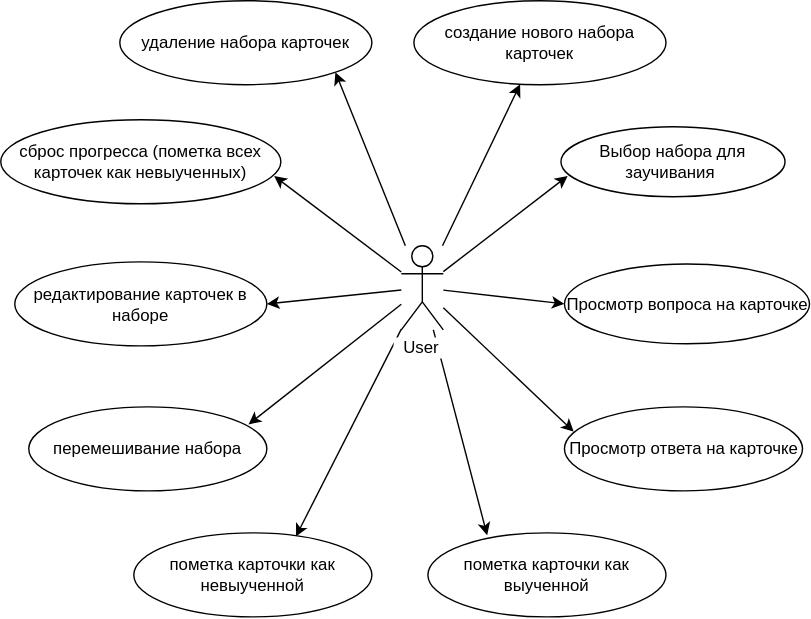
This is img/use.svg from swiftizer/Cards, a draw.io export, as it was before one commit. Source tidied: cells renumbered, new cells last; positions are measured from the earlier drawing's top-left corner, leaving out a move shared by most shapes. The source it was exported from:
```xml
<mxGraphModel>
  <root>
    <mxCell id="0" />
    <mxCell id="1" parent="0" />
    <mxCell id="2" style="rounded=0;jettySize=auto;html=1;" parent="1" edge="1" source="12" target="14">
      <mxGeometry relative="1" as="geometry" />
    </mxCell>
    <mxCell id="3" style="edgeStyle=none;rounded=0;jettySize=auto;html=1;entryX=0.03;entryY=0.703;entryDx=0;entryDy=0;entryPerimeter=0;" parent="1" edge="1" source="12" target="15">
      <mxGeometry relative="1" as="geometry" />
    </mxCell>
    <mxCell id="4" style="edgeStyle=none;rounded=0;jettySize=auto;html=1;entryX=0;entryY=0.5;entryDx=0;entryDy=0;" parent="1" edge="1" source="12" target="16">
      <mxGeometry relative="1" as="geometry" />
    </mxCell>
    <mxCell id="5" style="edgeStyle=none;rounded=0;jettySize=auto;html=1;entryX=0.039;entryY=0.296;entryDx=0;entryDy=0;entryPerimeter=0;" parent="1" edge="1" source="12" target="17">
      <mxGeometry relative="1" as="geometry" />
    </mxCell>
    <mxCell id="6" style="edgeStyle=none;rounded=0;jettySize=auto;html=1;entryX=0.249;entryY=0.028;entryDx=0;entryDy=0;entryPerimeter=0;" parent="1" edge="1" source="12" target="18">
      <mxGeometry relative="1" as="geometry" />
    </mxCell>
    <mxCell id="7" style="edgeStyle=none;rounded=0;jettySize=auto;html=1;entryX=0.681;entryY=0.043;entryDx=0;entryDy=0;entryPerimeter=0;" parent="1" edge="1" source="12" target="19">
      <mxGeometry relative="1" as="geometry" />
    </mxCell>
    <mxCell id="8" style="edgeStyle=none;rounded=0;jettySize=auto;html=1;entryX=0.923;entryY=0.209;entryDx=0;entryDy=0;entryPerimeter=0;" parent="1" edge="1" source="12" target="22">
      <mxGeometry relative="1" as="geometry" />
    </mxCell>
    <mxCell id="9" style="edgeStyle=none;rounded=0;jettySize=auto;html=1;entryX=1;entryY=0.5;entryDx=0;entryDy=0;" parent="1" edge="1" source="12" target="21">
      <mxGeometry relative="1" as="geometry" />
    </mxCell>
    <mxCell id="10" style="edgeStyle=none;rounded=0;jettySize=auto;html=1;entryX=0.976;entryY=0.67;entryDx=0;entryDy=0;entryPerimeter=0;" parent="1" edge="1" source="12" target="20">
      <mxGeometry relative="1" as="geometry" />
    </mxCell>
    <mxCell id="11" style="edgeStyle=none;rounded=0;jettySize=auto;html=1;entryX=1;entryY=1;entryDx=0;entryDy=0;" parent="1" edge="1" source="12" target="23">
      <mxGeometry relative="1" as="geometry" />
    </mxCell>
    <mxCell id="12" value="Actor" style="shape=umlActor;verticalLabelPosition=bottom;verticalAlign=top;html=1;outlineConnect=0;" parent="1" vertex="1">
      <mxGeometry x="286" y="175" width="30" height="60" as="geometry" />
    </mxCell>
    <mxCell id="13" value="&amp;nbsp; User&amp;nbsp;&amp;nbsp;" style="text;html=1;align=center;verticalAlign=middle;points=[];strokeColor=none;fillColor=none;labelBackgroundColor=default;" parent="1" vertex="1">
      <mxGeometry x="275" y="238" width="50" height="20" as="geometry" />
    </mxCell>
    <mxCell id="14" value="создание нового набора карточек" style="ellipse;whiteSpace=wrap;html=1;labelBackgroundColor=none;" parent="1" vertex="1">
      <mxGeometry x="295" width="180" height="60" as="geometry" />
    </mxCell>
    <mxCell id="15" value="Выбор набора для заучивания&amp;nbsp;" style="ellipse;whiteSpace=wrap;html=1;labelBackgroundColor=none;" parent="1" vertex="1">
      <mxGeometry x="400" y="90" width="160" height="50" as="geometry" />
    </mxCell>
    <mxCell id="16" value="Просмотр вопроса на карточке" style="ellipse;whiteSpace=wrap;html=1;labelBackgroundColor=none;" parent="1" vertex="1">
      <mxGeometry x="402.5" y="188" width="175" height="57" as="geometry" />
    </mxCell>
    <mxCell id="17" value="Просмотр ответа на карточке" style="ellipse;whiteSpace=wrap;html=1;labelBackgroundColor=none;" parent="1" vertex="1">
      <mxGeometry x="402.5" y="290" width="170" height="60" as="geometry" />
    </mxCell>
    <mxCell id="18" value="пометка карточки как выученной" style="ellipse;whiteSpace=wrap;html=1;labelBackgroundColor=none;" parent="1" vertex="1">
      <mxGeometry x="305" y="380" width="170" height="60" as="geometry" />
    </mxCell>
    <mxCell id="19" value="пометка карточки как невыученной" style="ellipse;whiteSpace=wrap;html=1;labelBackgroundColor=none;" parent="1" vertex="1">
      <mxGeometry x="95" y="380" width="170" height="60" as="geometry" />
    </mxCell>
    <mxCell id="20" value="сброс прогресса (пометка всех карточек как невыученных)" style="ellipse;whiteSpace=wrap;html=1;labelBackgroundColor=none;" parent="1" vertex="1">
      <mxGeometry y="85" width="200" height="60" as="geometry" />
    </mxCell>
    <mxCell id="21" value="редактирование карточек в наборе" style="ellipse;whiteSpace=wrap;html=1;labelBackgroundColor=none;" parent="1" vertex="1">
      <mxGeometry x="10" y="186.5" width="180" height="60" as="geometry" />
    </mxCell>
    <mxCell id="22" value="перемешивание набора" style="ellipse;whiteSpace=wrap;html=1;labelBackgroundColor=none;" parent="1" vertex="1">
      <mxGeometry x="20" y="290" width="170" height="60" as="geometry" />
    </mxCell>
    <mxCell id="23" value="удаление набора карточек" style="ellipse;whiteSpace=wrap;html=1;labelBackgroundColor=none;" parent="1" vertex="1">
      <mxGeometry x="85" width="180" height="60" as="geometry" />
    </mxCell>
  </root>
</mxGraphModel>
```
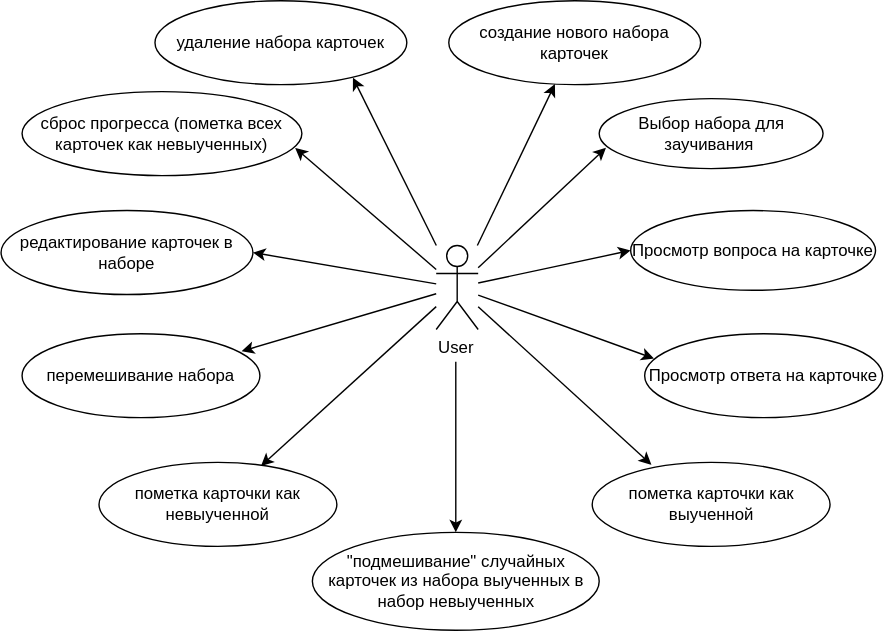
After the change.

Change to the diagram source:
```diff
@@ -29,12 +29,15 @@
     <mxCell id="10" style="edgeStyle=none;rounded=0;jettySize=auto;html=1;entryX=0.976;entryY=0.67;entryDx=0;entryDy=0;entryPerimeter=0;" parent="1" edge="1" source="12" target="20">
       <mxGeometry relative="1" as="geometry" />
     </mxCell>
-    <mxCell id="11" style="edgeStyle=none;rounded=0;jettySize=auto;html=1;entryX=1;entryY=1;entryDx=0;entryDy=0;" parent="1" edge="1" source="12" target="23">
+    <mxCell id="11" style="edgeStyle=none;rounded=0;jettySize=auto;html=1;entryX=0.786;entryY=0.917;entryDx=0;entryDy=0;entryPerimeter=0;" parent="1" edge="1" source="12" target="23">
       <mxGeometry relative="1" as="geometry" />
     </mxCell>
     <mxCell id="12" value="Actor" style="shape=umlActor;verticalLabelPosition=bottom;verticalAlign=top;html=1;outlineConnect=0;" parent="1" vertex="1">
       <mxGeometry x="286" y="175" width="30" height="60" as="geometry" />
     </mxCell>
+    <mxCell id="24" style="edgeStyle=none;rounded=0;jettySize=auto;html=1;entryX=0.5;entryY=0;entryDx=0;entryDy=0;fontSize=13;endArrow=classic;endFill=1;" parent="1" edge="1" source="13" target="25">
+      <mxGeometry relative="1" as="geometry" />
+    </mxCell>
     <mxCell id="13" value="&amp;nbsp; User&amp;nbsp;&amp;nbsp;" style="text;html=1;align=center;verticalAlign=middle;points=[];strokeColor=none;fillColor=none;labelBackgroundColor=default;" parent="1" vertex="1">
       <mxGeometry x="275" y="238" width="50" height="20" as="geometry" />
     </mxCell>
@@ -42,31 +45,34 @@
       <mxGeometry x="295" width="180" height="60" as="geometry" />
     </mxCell>
     <mxCell id="15" value="Выбор набора для заучивания&amp;nbsp;" style="ellipse;whiteSpace=wrap;html=1;labelBackgroundColor=none;" parent="1" vertex="1">
-      <mxGeometry x="400" y="90" width="160" height="50" as="geometry" />
+      <mxGeometry x="402.5" y="70" width="160" height="50" as="geometry" />
     </mxCell>
     <mxCell id="16" value="Просмотр вопроса на карточке" style="ellipse;whiteSpace=wrap;html=1;labelBackgroundColor=none;" parent="1" vertex="1">
-      <mxGeometry x="402.5" y="188" width="175" height="57" as="geometry" />
+      <mxGeometry x="425" y="150" width="175" height="57" as="geometry" />
     </mxCell>
     <mxCell id="17" value="Просмотр ответа на карточке" style="ellipse;whiteSpace=wrap;html=1;labelBackgroundColor=none;" parent="1" vertex="1">
-      <mxGeometry x="402.5" y="290" width="170" height="60" as="geometry" />
+      <mxGeometry x="435" y="238" width="170" height="60" as="geometry" />
     </mxCell>
     <mxCell id="18" value="пометка карточки как выученной" style="ellipse;whiteSpace=wrap;html=1;labelBackgroundColor=none;" parent="1" vertex="1">
-      <mxGeometry x="305" y="380" width="170" height="60" as="geometry" />
+      <mxGeometry x="397.5" y="330" width="170" height="60" as="geometry" />
     </mxCell>
     <mxCell id="19" value="пометка карточки как невыученной" style="ellipse;whiteSpace=wrap;html=1;labelBackgroundColor=none;" parent="1" vertex="1">
-      <mxGeometry x="95" y="380" width="170" height="60" as="geometry" />
+      <mxGeometry x="45" y="330" width="170" height="60" as="geometry" />
     </mxCell>
     <mxCell id="20" value="сброс прогресса (пометка всех карточек как невыученных)" style="ellipse;whiteSpace=wrap;html=1;labelBackgroundColor=none;" parent="1" vertex="1">
-      <mxGeometry y="85" width="200" height="60" as="geometry" />
+      <mxGeometry x="-10" y="65" width="200" height="60" as="geometry" />
     </mxCell>
     <mxCell id="21" value="редактирование карточек в наборе" style="ellipse;whiteSpace=wrap;html=1;labelBackgroundColor=none;" parent="1" vertex="1">
-      <mxGeometry x="10" y="186.5" width="180" height="60" as="geometry" />
+      <mxGeometry x="-25" y="150" width="180" height="60" as="geometry" />
     </mxCell>
     <mxCell id="22" value="перемешивание набора" style="ellipse;whiteSpace=wrap;html=1;labelBackgroundColor=none;" parent="1" vertex="1">
-      <mxGeometry x="20" y="290" width="170" height="60" as="geometry" />
+      <mxGeometry x="-10" y="238" width="170" height="60" as="geometry" />
     </mxCell>
     <mxCell id="23" value="удаление набора карточек" style="ellipse;whiteSpace=wrap;html=1;labelBackgroundColor=none;" parent="1" vertex="1">
       <mxGeometry x="85" width="180" height="60" as="geometry" />
     </mxCell>
+    <mxCell id="25" value="&quot;подмешивание&quot; случайных карточек из набора выученных в набор невыученных" style="ellipse;whiteSpace=wrap;html=1;labelBackgroundColor=none;" parent="1" vertex="1">
+      <mxGeometry x="197.5" y="380" width="205" height="70" as="geometry" />
+    </mxCell>
   </root>
 </mxGraphModel>
```
